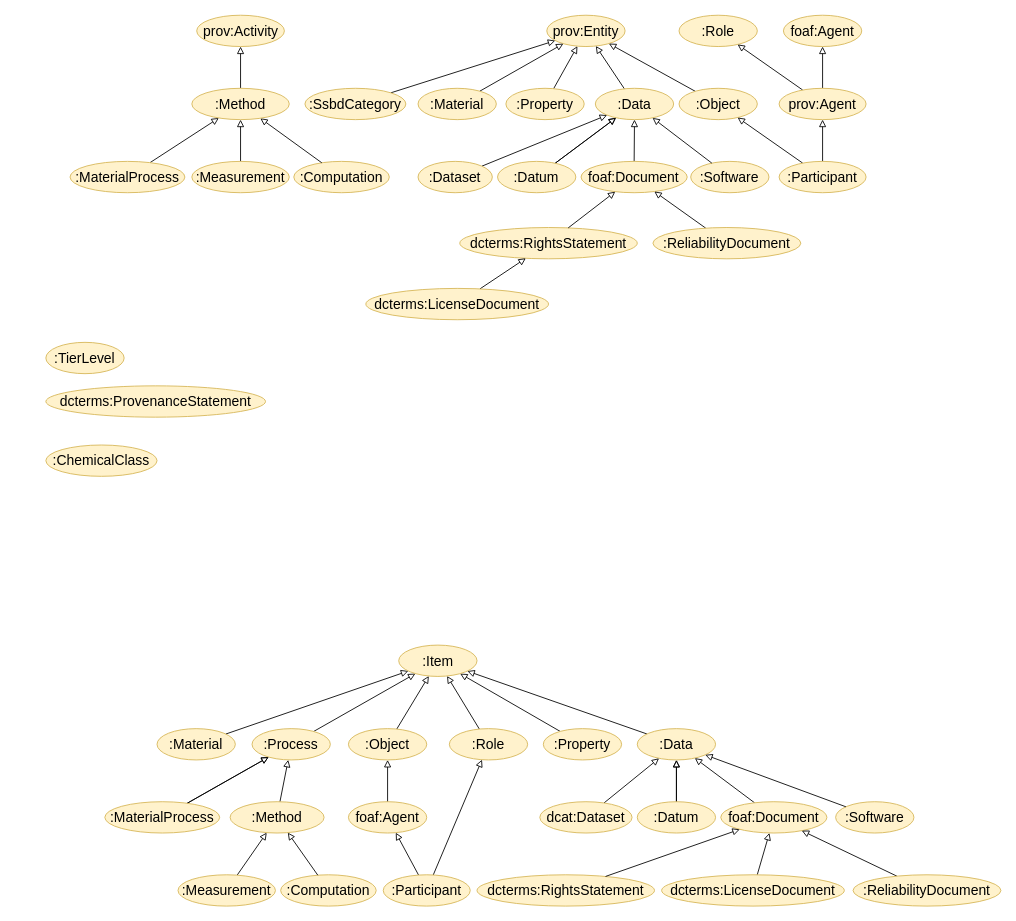
PINK-project/PINK-annotation-schema keeps this draw.io diagram as page "taxonomy" (1 of 4) of docs/figs/figures.drawio. Above is the earlier version. Source tidied: cells renumbered, new cells numbered last; positions are measured from the earlier drawing's top-left corner, leaving out a move shared by most shapes. Both pictures are drawn from the tidied source at 87%, with x=0, y=0 at pixel (45, 15).
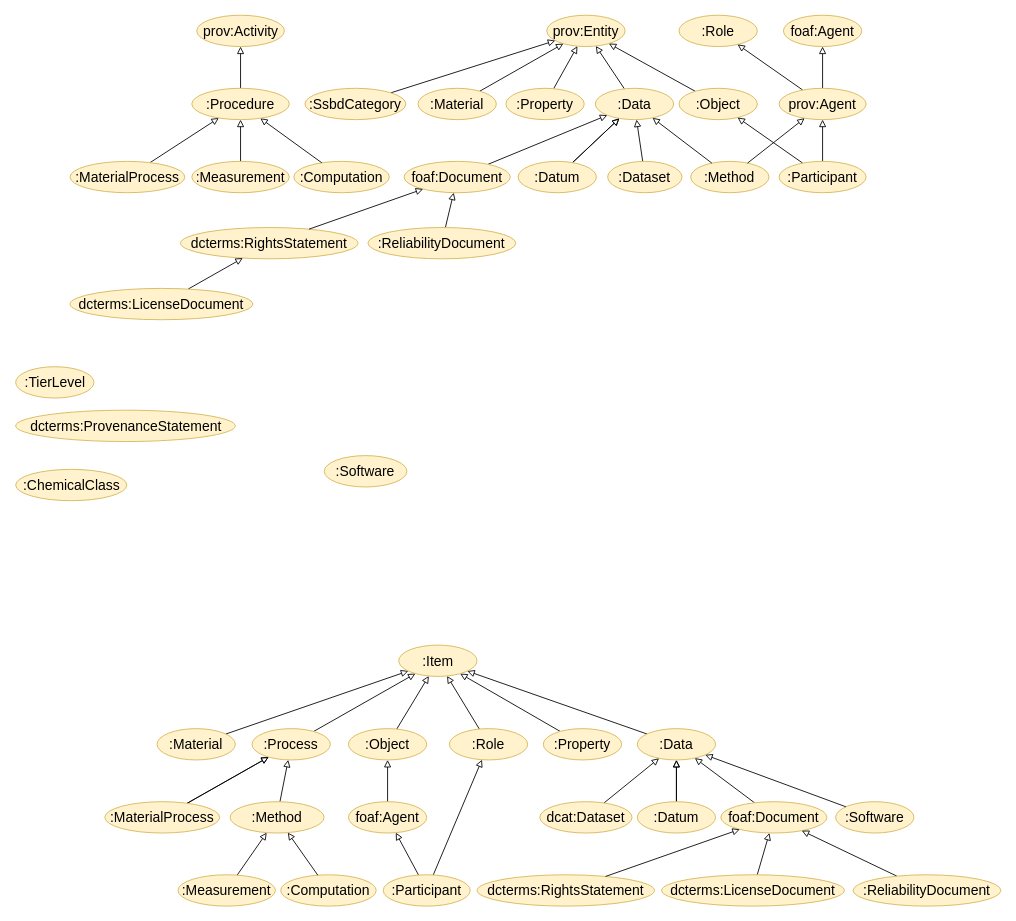
The same page after the edit.

Commit message (it also covers changes not shown here):
Updated the definition of method.

Unchanged cells that the change refers to:
```xml
<mxCell id="38" value="prov:Agent" style="ellipse;whiteSpace=wrap;html=1;fillColor=#fff2cc;strokeColor=#d6b656;fontSize=16;" parent="1" vertex="1">
  <mxGeometry x="843" y="84" width="100" height="36" as="geometry" />
</mxCell>
```

Change to the diagram source:
```diff
@@
     <mxCell id="2" value="dcterms:RightsStatement" style="ellipse;whiteSpace=wrap;html=1;fillColor=#fff2cc;strokeColor=#d6b656;fontSize=16;" parent="1" vertex="1">
-      <mxGeometry x="476" y="244" width="204" height="36" as="geometry" />
+      <mxGeometry x="155" y="244" width="204" height="36" as="geometry" />
     </mxCell>
     <mxCell id="3" value="dcterms:ProvenanceStatement" style="ellipse;whiteSpace=wrap;html=1;fillColor=#fff2cc;strokeColor=#d6b656;fontSize=16;" parent="1" vertex="1">
-      <mxGeometry x="0.2" y="426" width="252.5" height="36" as="geometry" />
+      <mxGeometry x="-34.5" y="454" width="252.5" height="36" as="geometry" />
     </mxCell>
     <mxCell id="4" value=":TierLevel" style="ellipse;whiteSpace=wrap;html=1;fillColor=#fff2cc;strokeColor=#d6b656;fontSize=16;" parent="1" vertex="1">
-      <mxGeometry x="0.2" y="376" width="90" height="36" as="geometry" />
+      <mxGeometry x="-34.5" y="404" width="90" height="36" as="geometry" />
     </mxCell>
@@
-    <mxCell id="18" value=":Software" style="ellipse;whiteSpace=wrap;html=1;fillColor=#fff2cc;strokeColor=#d6b656;fontSize=16;" parent="1" vertex="1">
+    <mxCell id="18" value=":Method" style="ellipse;whiteSpace=wrap;html=1;fillColor=#fff2cc;strokeColor=#d6b656;fontSize=16;" parent="1" vertex="1">
       <mxGeometry x="741.4" y="168" width="90" height="36" as="geometry" />
     </mxCell>
@@
     <mxCell id="21" value=":Dataset" style="ellipse;whiteSpace=wrap;html=1;fillColor=#fff2cc;strokeColor=#d6b656;fontSize=16;" parent="1" vertex="1">
-      <mxGeometry x="428" y="168" width="85.4" height="36" as="geometry" />
+      <mxGeometry x="646" y="168" width="85.4" height="36" as="geometry" />
     </mxCell>
@@
     <mxCell id="27" value=":Datum" style="ellipse;whiteSpace=wrap;html=1;fillColor=#fff2cc;strokeColor=#d6b656;fontSize=16;" parent="1" vertex="1">
-      <mxGeometry x="519.4" y="168" width="90" height="36" as="geometry" />
+      <mxGeometry x="543" y="168" width="90" height="36" as="geometry" />
     </mxCell>
@@
     <mxCell id="29" value="foaf:Document" style="ellipse;whiteSpace=wrap;html=1;fillColor=#fff2cc;strokeColor=#d6b656;fontSize=16;" parent="1" vertex="1">
-      <mxGeometry x="615.4" y="168" width="122" height="36" as="geometry" />
+      <mxGeometry x="412" y="168" width="122" height="36" as="geometry" />
     </mxCell>
@@
     <mxCell id="32" value="dcterms:LicenseDocument" style="ellipse;whiteSpace=wrap;html=1;fillColor=#fff2cc;strokeColor=#d6b656;fontSize=16;" parent="1" vertex="1">
-      <mxGeometry x="368" y="314" width="210" height="36" as="geometry" />
+      <mxGeometry x="28" y="314" width="210" height="36" as="geometry" />
     </mxCell>
     <mxCell id="33" value=":ChemicalC&lt;span style=&quot;background-color: transparent; color: light-dark(rgb(0, 0, 0), rgb(255, 255, 255));&quot;&gt;lass&lt;/span&gt;" style="ellipse;whiteSpace=wrap;html=1;fillColor=#fff2cc;strokeColor=#d6b656;fontSize=16;" parent="1" vertex="1">
-      <mxGeometry x="0.2" y="494" width="127.8" height="36" as="geometry" />
+      <mxGeometry x="-34.5" y="522" width="127.8" height="36" as="geometry" />
     </mxCell>
@@
     <mxCell id="35" value=":ReliabilityDocument" style="ellipse;whiteSpace=wrap;html=1;fillColor=#fff2cc;strokeColor=#d6b656;fontSize=16;" parent="1" vertex="1">
-      <mxGeometry x="698" y="244" width="170" height="36" as="geometry" />
+      <mxGeometry x="370.4" y="244" width="170" height="36" as="geometry" />
     </mxCell>
@@
-    <mxCell id="89" value=":Method" style="ellipse;whiteSpace=wrap;html=1;fillColor=#fff2cc;strokeColor=#d6b656;fontSize=16;" parent="1" vertex="1">
+    <mxCell id="89" value=":Procedure" style="ellipse;whiteSpace=wrap;html=1;fillColor=#fff2cc;strokeColor=#d6b656;fontSize=16;" parent="1" vertex="1">
       <mxGeometry x="168" y="84" width="112" height="36" as="geometry" />
     </mxCell>
+    <mxCell id="90" value=":Software" style="ellipse;whiteSpace=wrap;html=1;fillColor=#fff2cc;strokeColor=#d6b656;fontSize=16;" parent="1" vertex="1">
+      <mxGeometry x="320.2" y="506.2" width="95" height="36" as="geometry" />
+    </mxCell>
+    <mxCell id="91" style="edgeStyle=none;shape=connector;rounded=0;jettySize=auto;html=1;strokeColor=default;align=center;verticalAlign=middle;fontFamily=Helvetica;fontSize=16;fontColor=default;labelBackgroundColor=default;endArrow=block;endFill=0;" parent="1" edge="1" source="18" target="38">
+      <mxGeometry relative="1" as="geometry" />
+    </mxCell>
```
